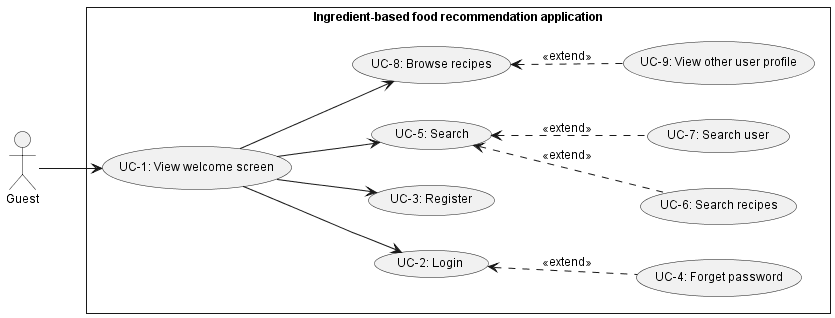
Before: doc/SRS/Usecase/GuestUsecase/GuestUsecase.png, a diagram exported from PlantUML (Carl-Johnsons/tastopia). Its diagram source:
```plantuml
@startuml GuestUsecase
skinparam style strictuml
skinparam monochrome true
skinparam linetype polyline
skinparam defaultFontSize 12
left to right direction
actor "Guest" as guest

rectangle Ingredient-based<U+0020>food<U+0020>recommendation<U+0020>application {
usecase "UC-1: View welcome screen" as ucViewWelcome
    usecase "UC-2: Login" as ucLogin
    usecase "UC-3: Register" as ucRegister
    usecase "UC-4: Forget password" as ucForgetPassword
    usecase "UC-5: Search" as ucSearch
    usecase "UC-6: Search recipes" as ucSearchRecipes
    usecase "UC-7: Search user" as ucSearchUser
    usecase "UC-8: Browse recipes" as ucBrowseRecipes
    usecase "UC-9: View other user profile" as ucViewUSProfile
}

guest --> ucViewWelcome
    ucViewWelcome --> ucLogin
        ucLogin <.. ucForgetPassword : <<extend>>
    ucViewWelcome --> ucRegister
    ucViewWelcome --> ucSearch
        ucSearch <.. ucSearchRecipes : <<extend>>
        ucSearch <.. ucSearchUser : <<extend>>
    ucViewWelcome --> ucBrowseRecipes
        ucBrowseRecipes <.. ucViewUSProfile : <<extend>>
@enduml
```
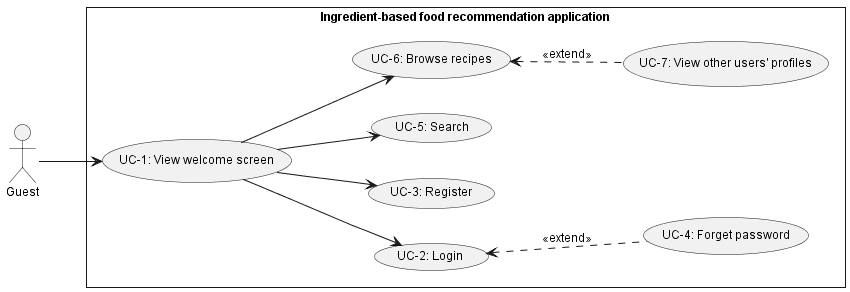
After the commit.

What changed in the source:
```diff
@@ -7,15 +7,13 @@
 actor "Guest" as guest
 
 rectangle Ingredient-based<U+0020>food<U+0020>recommendation<U+0020>application {
-usecase "UC-1: View welcome screen" as ucViewWelcome
+    usecase "UC-1: View welcome screen" as ucViewWelcome
     usecase "UC-2: Login" as ucLogin
     usecase "UC-3: Register" as ucRegister
     usecase "UC-4: Forget password" as ucForgetPassword
     usecase "UC-5: Search" as ucSearch
-    usecase "UC-6: Search recipes" as ucSearchRecipes
-    usecase "UC-7: Search user" as ucSearchUser
-    usecase "UC-8: Browse recipes" as ucBrowseRecipes
-    usecase "UC-9: View other user profile" as ucViewUSProfile
+    usecase "UC-6: Browse recipes" as ucBrowseRecipes
+    usecase "UC-7: View other users' profiles" as ucViewUSProfile
 }
 
 guest --> ucViewWelcome
@@ -23,8 +21,6 @@
         ucLogin <.. ucForgetPassword : <<extend>>
     ucViewWelcome --> ucRegister
     ucViewWelcome --> ucSearch
-        ucSearch <.. ucSearchRecipes : <<extend>>
-        ucSearch <.. ucSearchUser : <<extend>>
     ucViewWelcome --> ucBrowseRecipes
         ucBrowseRecipes <.. ucViewUSProfile : <<extend>>
 @enduml
```
